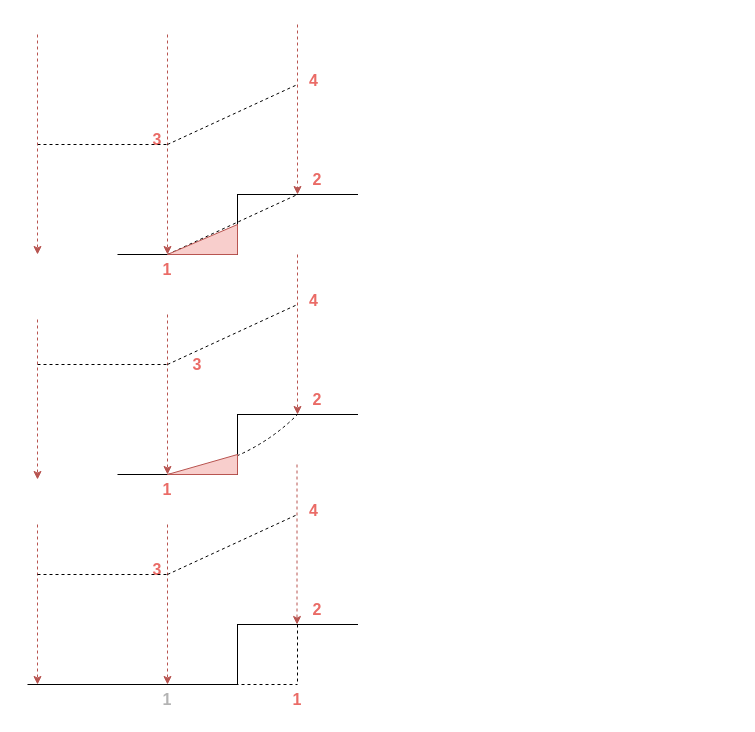
Before: 烟墙.drawio in timesdaughter/RayTracing, a draw.io diagram. Source tidied: cells renumbered, new cells numbered last; positions are measured from the earlier drawing's top-left corner, leaving out a move shared by most shapes. Both pictures are drawn from the tidied source at 100%, with x=0, y=0 at pixel (27, 24).
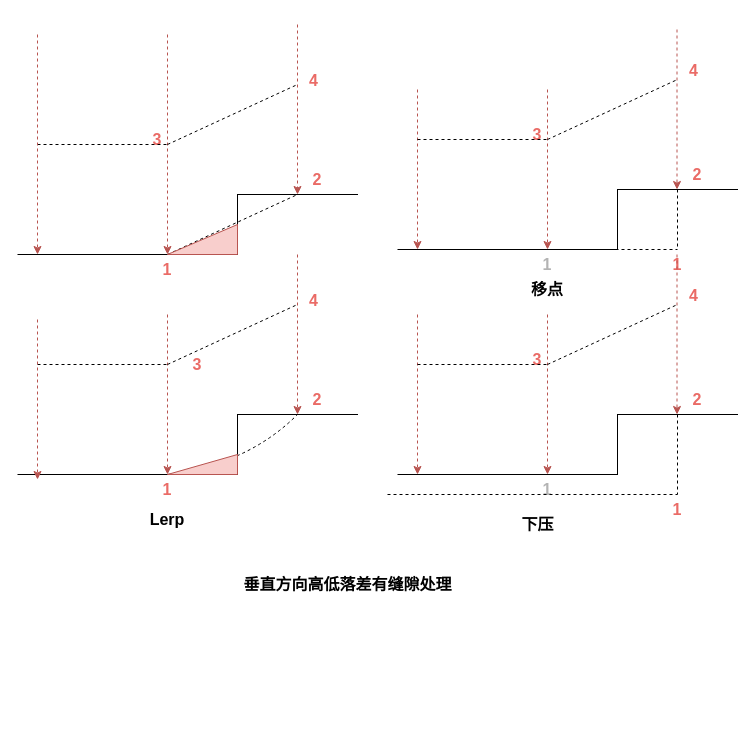
Above is the later version.

What changed in the source:
```diff
@@
     <mxCell id="3" style="endArrow=none;html=1;rounded=0;" parent="1" edge="1">
       <mxGeometry relative="1" as="geometry">
-        <mxPoint x="90" y="230" as="sourcePoint" />
+        <mxPoint x="-10" y="230" as="sourcePoint" />
         <mxPoint x="210" y="230" as="targetPoint" />
       </mxGeometry>
     </mxCell>
@@
     <mxCell id="14" style="endArrow=none;html=1;rounded=0;" parent="1" edge="1">
       <mxGeometry relative="1" as="geometry">
-        <mxPoint x="90" y="450" as="sourcePoint" />
+        <mxPoint x="-10" y="450" as="sourcePoint" />
         <mxPoint x="210" y="450" as="targetPoint" />
       </mxGeometry>
     </mxCell>
@@
     <mxCell id="24" style="shape=partialRectangle;whiteSpace=wrap;html=1;bottom=0;right=0;fillColor=none;direction=north;rotation=90;" parent="1" vertex="1">
-      <mxGeometry x="240" y="570" width="60" height="120" as="geometry" />
+      <mxGeometry x="620" y="135" width="60" height="120" as="geometry" />
     </mxCell>
     <mxCell id="25" style="endArrow=none;html=1;rounded=0;" parent="1" edge="1">
       <mxGeometry relative="1" as="geometry">
-        <mxPoint y="660" as="sourcePoint" />
-        <mxPoint x="210" y="660" as="targetPoint" />
+        <mxPoint x="370" y="225" as="sourcePoint" />
+        <mxPoint x="590" y="225" as="targetPoint" />
       </mxGeometry>
     </mxCell>
     <mxCell id="26" style="endArrow=classic;html=1;rounded=0;dashed=1;fillColor=#f8cecc;strokeColor=#b85450;" parent="1" edge="1">
       <mxGeometry relative="1" as="geometry">
-        <mxPoint x="140" y="500" as="sourcePoint" />
-        <mxPoint x="140" y="660" as="targetPoint" />
+        <mxPoint x="520" y="65" as="sourcePoint" />
+        <mxPoint x="520" y="225" as="targetPoint" />
       </mxGeometry>
     </mxCell>
     <mxCell id="27" style="endArrow=none;dashed=1;html=1;rounded=0;entryX=0.5;entryY=0;entryDx=0;entryDy=0;" parent="1" edge="1">
       <mxGeometry relative="1" as="geometry">
-        <mxPoint x="140" y="550" as="sourcePoint" />
-        <mxPoint x="270" y="490" as="targetPoint" />
+        <mxPoint x="520" y="115" as="sourcePoint" />
+        <mxPoint x="650" y="55" as="targetPoint" />
       </mxGeometry>
     </mxCell>
     <mxCell id="28" value="1" style="text;html=1;strokeColor=none;fillColor=none;align=center;verticalAlign=middle;whiteSpace=wrap;rounded=0;fontColor=#B3B3B3;fontSize=16;fontStyle=1;" parent="1" vertex="1">
-      <mxGeometry x="110" y="660" width="60" height="30" as="geometry" />
+      <mxGeometry x="490" y="225" width="60" height="30" as="geometry" />
     </mxCell>
     <mxCell id="29" value="2" style="text;html=1;strokeColor=none;fillColor=none;align=center;verticalAlign=middle;whiteSpace=wrap;rounded=0;fontColor=#EA6B66;fontSize=16;fontStyle=1;" parent="1" vertex="1">
-      <mxGeometry x="260" y="570" width="60" height="30" as="geometry" />
+      <mxGeometry x="640" y="135" width="60" height="30" as="geometry" />
     </mxCell>
     <mxCell id="30" value="3" style="text;html=1;strokeColor=none;fillColor=none;align=center;verticalAlign=middle;whiteSpace=wrap;rounded=0;fontColor=#EA6B66;fontSize=16;fontStyle=1;" parent="1" vertex="1">
-      <mxGeometry x="100" y="530" width="60" height="30" as="geometry" />
+      <mxGeometry x="480" y="95" width="60" height="30" as="geometry" />
     </mxCell>
     <mxCell id="31" value="&lt;div style=&quot;text-align: center;&quot;&gt;&lt;span style=&quot;background-color: initial;&quot;&gt;&lt;b&gt;4&lt;/b&gt;&lt;/span&gt;&lt;/div&gt;" style="text;whiteSpace=wrap;html=1;fontSize=16;fontColor=#EA6B66;" parent="1" vertex="1">
-      <mxGeometry x="280" y="470" width="40" height="40" as="geometry" />
+      <mxGeometry x="660" y="30" width="40" height="40" as="geometry" />
     </mxCell>
     <mxCell id="32" style="endArrow=classic;html=1;rounded=0;dashed=1;fillColor=#f8cecc;strokeColor=#b85450;exitX=0.5;exitY=1;exitDx=0;exitDy=0;" parent="1" edge="1">
       <mxGeometry relative="1" as="geometry">
-        <mxPoint x="269.5" y="440" as="sourcePoint" />
-        <mxPoint x="269.5" y="600" as="targetPoint" />
+        <mxPoint x="649.5" y="5" as="sourcePoint" />
+        <mxPoint x="649.5" y="165" as="targetPoint" />
       </mxGeometry>
     </mxCell>
     <mxCell id="33" value="1" style="text;html=1;strokeColor=none;fillColor=none;align=center;verticalAlign=middle;whiteSpace=wrap;rounded=0;fontColor=#EA6B66;fontSize=16;fontStyle=1;" parent="1" vertex="1">
-      <mxGeometry x="240" y="660" width="60" height="30" as="geometry" />
+      <mxGeometry x="620" y="225" width="60" height="30" as="geometry" />
     </mxCell>
     <mxCell id="34" style="endArrow=classic;html=1;rounded=0;dashed=1;fillColor=#f8cecc;strokeColor=#b85450;" parent="1" edge="1">
       <mxGeometry relative="1" as="geometry">
-        <mxPoint x="10" y="500" as="sourcePoint" />
-        <mxPoint x="10" y="660" as="targetPoint" />
+        <mxPoint x="390" y="65" as="sourcePoint" />
+        <mxPoint x="390" y="225" as="targetPoint" />
       </mxGeometry>
     </mxCell>
@@
     <mxCell id="39" style="endArrow=none;dashed=1;html=1;rounded=0;" parent="1" edge="1">
       <mxGeometry relative="1" as="geometry">
-        <mxPoint x="10" y="550" as="sourcePoint" />
-        <mxPoint x="140" y="550" as="targetPoint" />
+        <mxPoint x="390" y="115" as="sourcePoint" />
+        <mxPoint x="520" y="115" as="targetPoint" />
       </mxGeometry>
     </mxCell>
     <mxCell id="40" style="endArrow=none;dashed=1;html=1;rounded=0;" parent="1" edge="1">
       <mxGeometry relative="1" as="geometry">
-        <mxPoint x="190" y="660" as="sourcePoint" />
-        <mxPoint x="270" y="660" as="targetPoint" />
+        <mxPoint x="570" y="225" as="sourcePoint" />
+        <mxPoint x="650" y="225" as="targetPoint" />
       </mxGeometry>
     </mxCell>
@@
+    <mxCell id="42" value="&lt;font color=&quot;#000000&quot;&gt;垂直方向高低落差有缝隙处理&lt;/font&gt;" style="text;strokeColor=none;fillColor=none;html=1;fontSize=16;fontStyle=1;verticalAlign=middle;align=center;fontColor=#B3B3B3;" parent="1" vertex="1">
+      <mxGeometry x="270" y="540" width="100" height="40" as="geometry" />
+    </mxCell>
+    <mxCell id="43" value="&lt;b&gt;Lerp&lt;/b&gt;" style="text;html=1;strokeColor=none;fillColor=none;align=center;verticalAlign=middle;whiteSpace=wrap;rounded=0;fontSize=16;fontColor=#000000;" parent="1" vertex="1">
+      <mxGeometry x="110" y="480" width="60" height="30" as="geometry" />
+    </mxCell>
+    <mxCell id="44" value="&lt;b&gt;移点&lt;/b&gt;" style="text;html=1;strokeColor=none;fillColor=none;align=center;verticalAlign=middle;whiteSpace=wrap;rounded=0;fontSize=16;fontColor=#000000;" parent="1" vertex="1">
+      <mxGeometry x="490" y="250" width="60" height="30" as="geometry" />
+    </mxCell>
+    <mxCell id="45" style="shape=partialRectangle;whiteSpace=wrap;html=1;bottom=0;right=0;fillColor=none;direction=north;rotation=90;" parent="1" vertex="1">
+      <mxGeometry x="620" y="360" width="60" height="120" as="geometry" />
+    </mxCell>
+    <mxCell id="46" style="endArrow=none;html=1;rounded=0;" parent="1" edge="1">
+      <mxGeometry relative="1" as="geometry">
+        <mxPoint x="370" y="450" as="sourcePoint" />
+        <mxPoint x="590" y="450" as="targetPoint" />
+      </mxGeometry>
+    </mxCell>
+    <mxCell id="47" style="endArrow=classic;html=1;rounded=0;dashed=1;fillColor=#f8cecc;strokeColor=#b85450;" parent="1" edge="1">
+      <mxGeometry relative="1" as="geometry">
+        <mxPoint x="520" y="290" as="sourcePoint" />
+        <mxPoint x="520" y="450" as="targetPoint" />
+      </mxGeometry>
+    </mxCell>
+    <mxCell id="48" style="endArrow=none;dashed=1;html=1;rounded=0;entryX=0.5;entryY=0;entryDx=0;entryDy=0;" parent="1" edge="1">
+      <mxGeometry relative="1" as="geometry">
+        <mxPoint x="520" y="340" as="sourcePoint" />
+        <mxPoint x="650" y="280" as="targetPoint" />
+      </mxGeometry>
+    </mxCell>
+    <mxCell id="49" value="1" style="text;html=1;strokeColor=none;fillColor=none;align=center;verticalAlign=middle;whiteSpace=wrap;rounded=0;fontColor=#B3B3B3;fontSize=16;fontStyle=1;" parent="1" vertex="1">
+      <mxGeometry x="490" y="450" width="60" height="30" as="geometry" />
+    </mxCell>
+    <mxCell id="50" value="2" style="text;html=1;strokeColor=none;fillColor=none;align=center;verticalAlign=middle;whiteSpace=wrap;rounded=0;fontColor=#EA6B66;fontSize=16;fontStyle=1;" parent="1" vertex="1">
+      <mxGeometry x="640" y="360" width="60" height="30" as="geometry" />
+    </mxCell>
+    <mxCell id="51" value="3" style="text;html=1;strokeColor=none;fillColor=none;align=center;verticalAlign=middle;whiteSpace=wrap;rounded=0;fontColor=#EA6B66;fontSize=16;fontStyle=1;" parent="1" vertex="1">
+      <mxGeometry x="480" y="320" width="60" height="30" as="geometry" />
+    </mxCell>
+    <mxCell id="52" value="&lt;div style=&quot;text-align: center;&quot;&gt;&lt;span style=&quot;background-color: initial;&quot;&gt;&lt;b&gt;4&lt;/b&gt;&lt;/span&gt;&lt;/div&gt;" style="text;whiteSpace=wrap;html=1;fontSize=16;fontColor=#EA6B66;" parent="1" vertex="1">
+      <mxGeometry x="660" y="255" width="40" height="40" as="geometry" />
+    </mxCell>
+    <mxCell id="53" style="endArrow=classic;html=1;rounded=0;dashed=1;fillColor=#f8cecc;strokeColor=#b85450;exitX=0.5;exitY=1;exitDx=0;exitDy=0;" parent="1" edge="1">
+      <mxGeometry relative="1" as="geometry">
+        <mxPoint x="649.5" y="230" as="sourcePoint" />
+        <mxPoint x="649.5" y="390" as="targetPoint" />
+      </mxGeometry>
+    </mxCell>
+    <mxCell id="54" value="1" style="text;html=1;strokeColor=none;fillColor=none;align=center;verticalAlign=middle;whiteSpace=wrap;rounded=0;fontColor=#EA6B66;fontSize=16;fontStyle=1;" parent="1" vertex="1">
+      <mxGeometry x="620" y="470" width="60" height="30" as="geometry" />
+    </mxCell>
+    <mxCell id="55" style="endArrow=classic;html=1;rounded=0;dashed=1;fillColor=#f8cecc;strokeColor=#b85450;" parent="1" edge="1">
+      <mxGeometry relative="1" as="geometry">
+        <mxPoint x="390" y="290" as="sourcePoint" />
+        <mxPoint x="390" y="450" as="targetPoint" />
+      </mxGeometry>
+    </mxCell>
+    <mxCell id="56" style="endArrow=none;dashed=1;html=1;rounded=0;" parent="1" edge="1">
+      <mxGeometry relative="1" as="geometry">
+        <mxPoint x="390" y="340" as="sourcePoint" />
+        <mxPoint x="520" y="340" as="targetPoint" />
+      </mxGeometry>
+    </mxCell>
+    <mxCell id="57" style="endArrow=none;dashed=1;html=1;rounded=0;" parent="1" edge="1">
+      <mxGeometry relative="1" as="geometry">
+        <mxPoint x="360" y="470" as="sourcePoint" />
+        <mxPoint x="650" y="470" as="targetPoint" />
+        <Array as="points">
+          <mxPoint x="610" y="470" />
+        </Array>
+      </mxGeometry>
+    </mxCell>
+    <mxCell id="58" style="endArrow=none;dashed=1;html=1;rounded=0;exitX=0.5;exitY=0;exitDx=0;exitDy=0;entryX=0.5;entryY=0;entryDx=0;entryDy=0;" parent="1" edge="1" source="45" target="54">
+      <mxGeometry relative="1" as="geometry" />
+    </mxCell>
+    <mxCell id="59" value="下压" style="text;strokeColor=none;fillColor=none;html=1;fontSize=16;fontStyle=1;verticalAlign=middle;align=center;fontColor=#000000;" parent="1" vertex="1">
+      <mxGeometry x="460" y="480" width="100" height="40" as="geometry" />
+    </mxCell>
```
